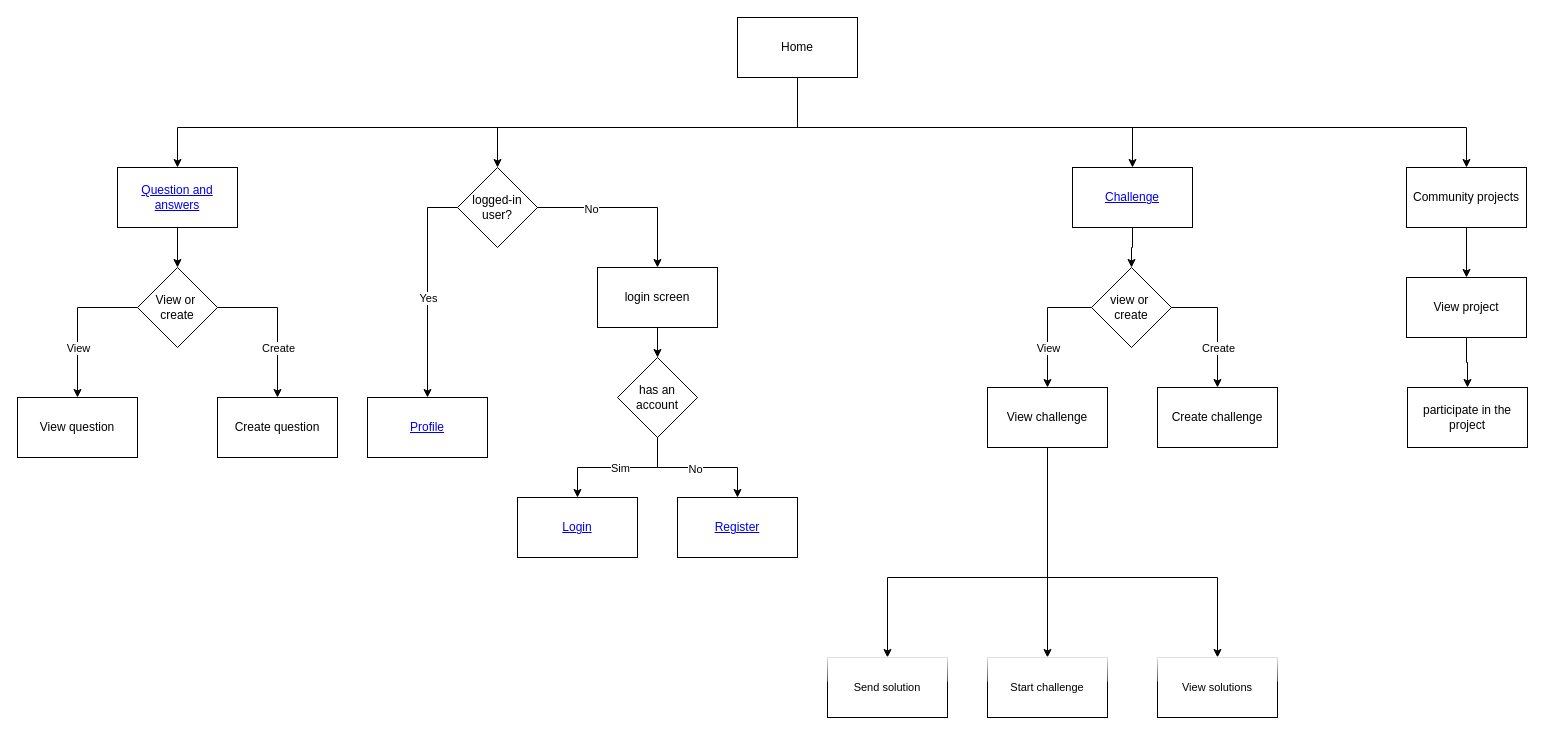
Earlier version of the draw.io diagram page "Navegação" (1 of 6) of Diagrama sem nome.drawio (Mined-Development-Company/Community). Source tidied: cells renumbered, new cells numbered last; positions are measured from the earlier drawing's top-left corner, leaving out a move shared by most shapes. Both pictures are drawn from the tidied source at 100%, with x=0, y=0 at pixel (17, 17).
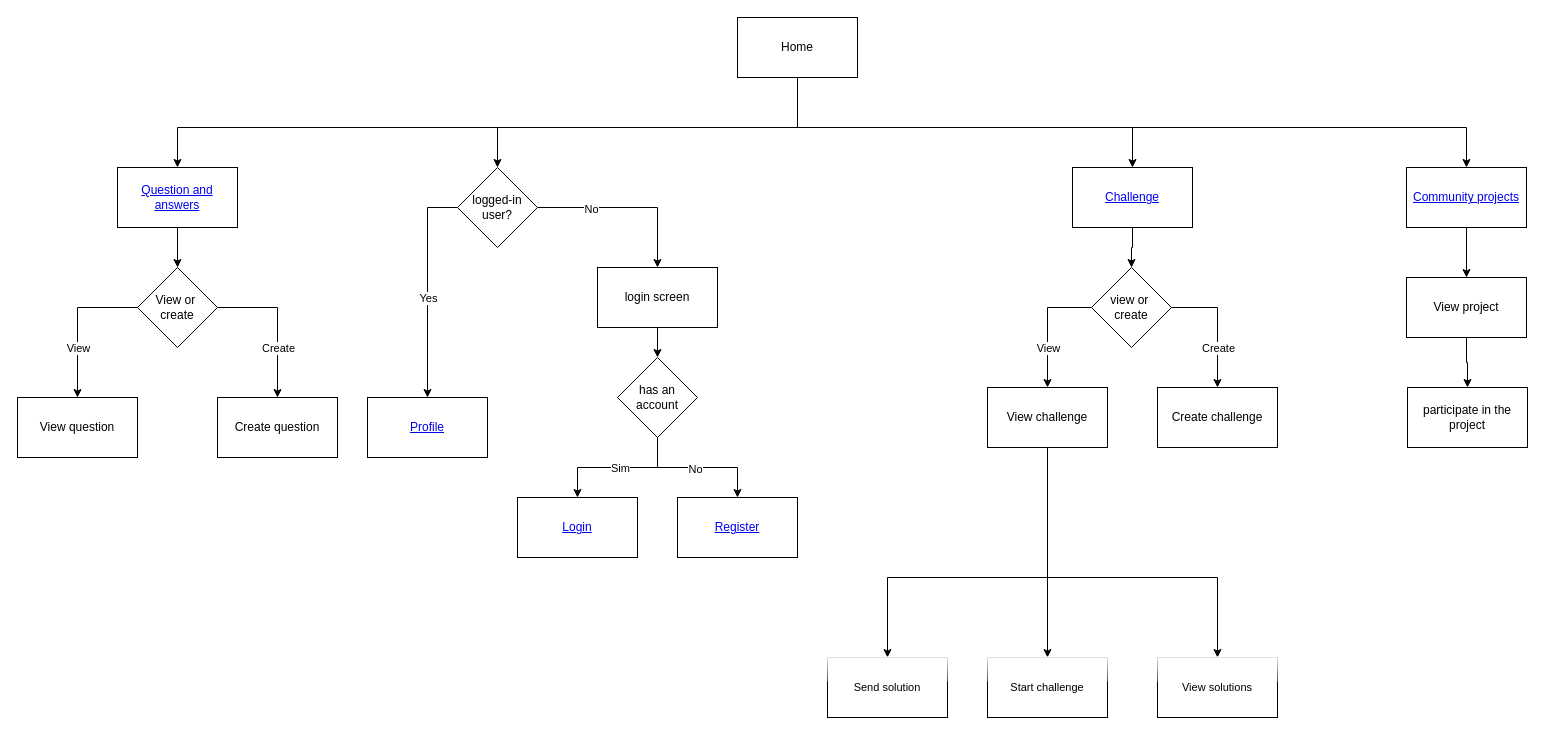
The same page after the edit.

Commit message:
adição do fluxograma de processo da pagina de projetos da comunidade

Change to the diagram source:
```diff
@@
-    <mxCell id="30" value="Community projects" style="rounded=0;whiteSpace=wrap;html=1;" parent="1" vertex="1">
+    <mxCell id="30" value="&lt;a href=&quot;data:page/id,CauWOQewS79B27LlcZKt&quot;&gt;Community projects&lt;/a&gt;" style="rounded=0;whiteSpace=wrap;html=1;" parent="1" vertex="1">
       <mxGeometry x="1389" y="150" width="120" height="60" as="geometry" />
     </mxCell>
```
